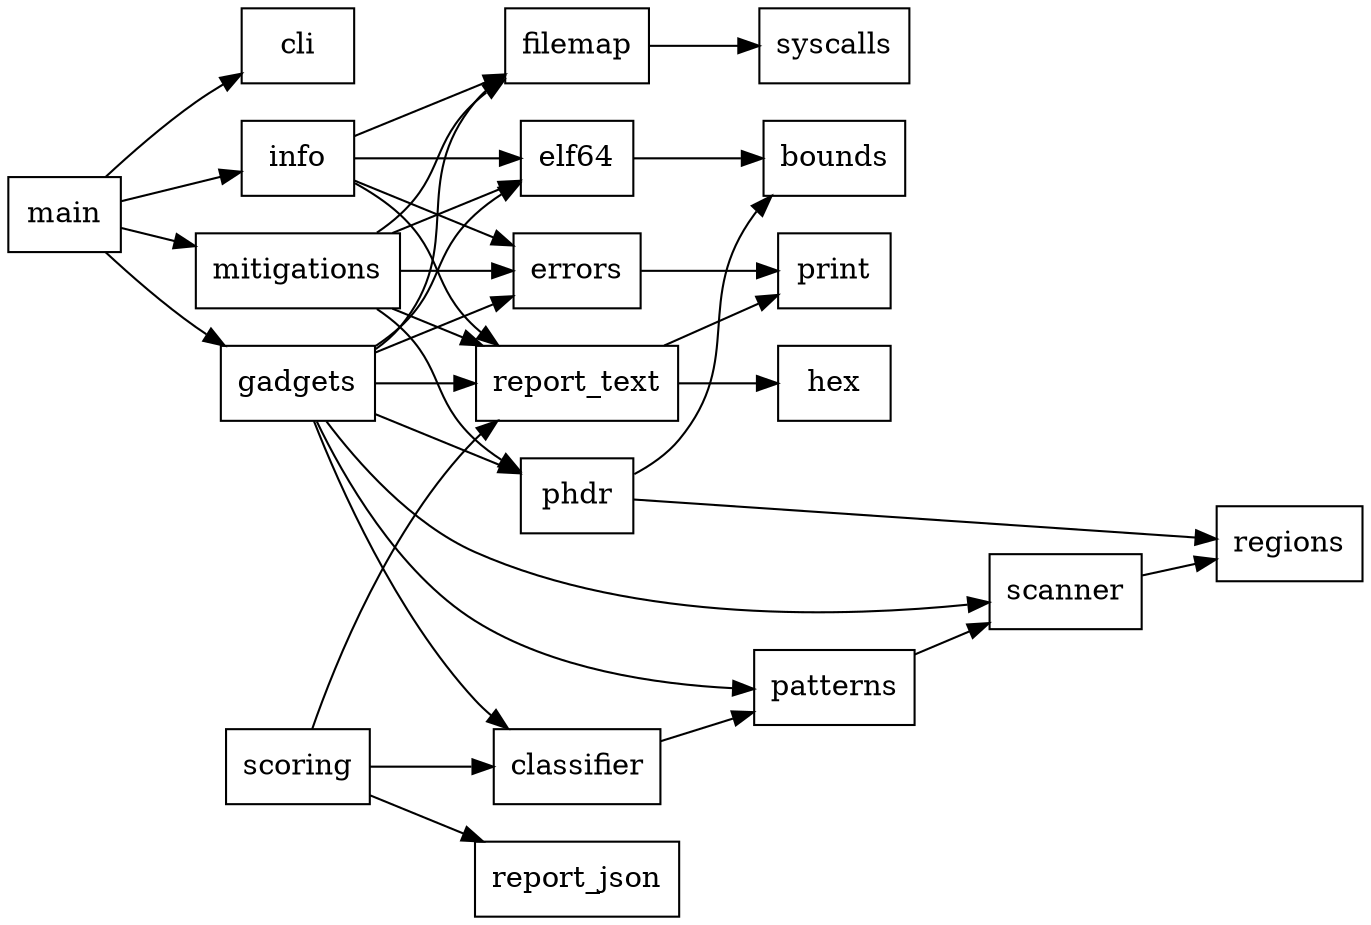
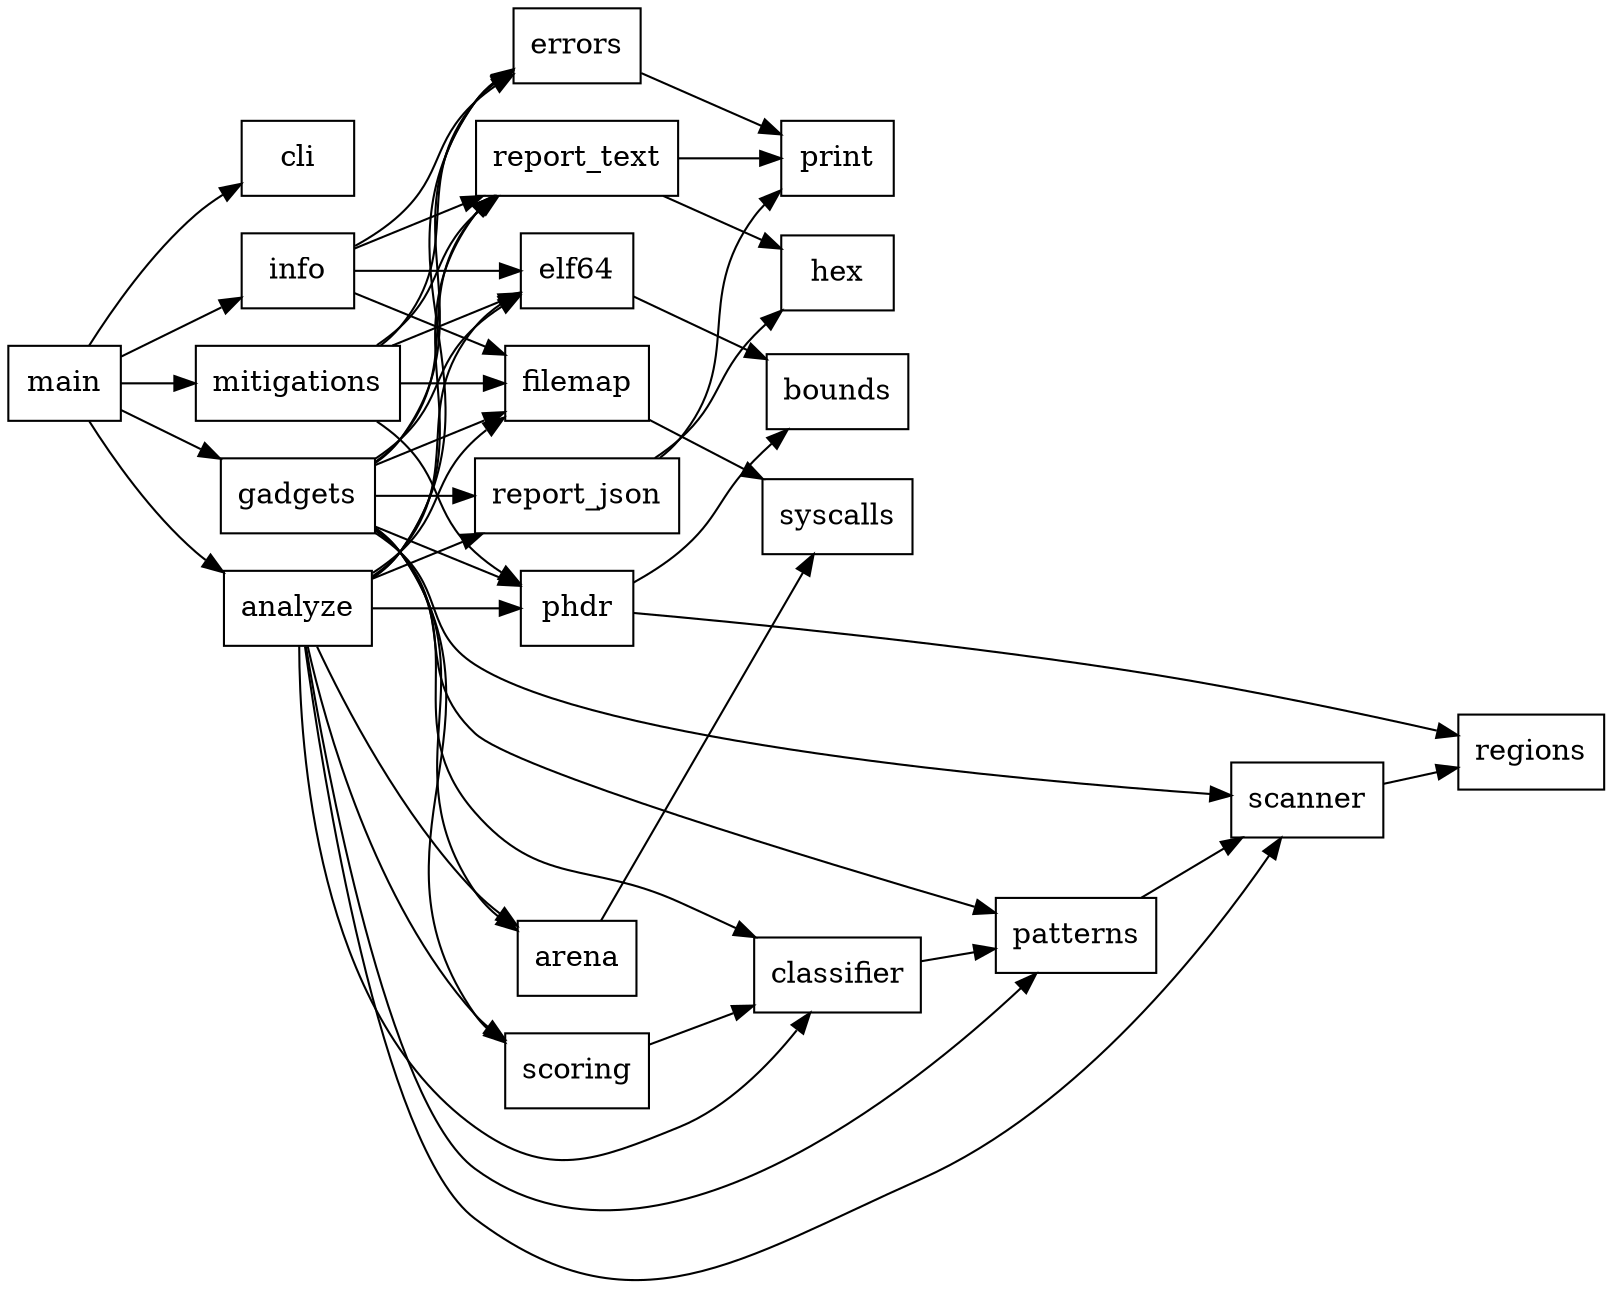
digraph x64lens_modules {
  rankdir=LR;
  node [shape=box];

  main -> cli;
  main -> info;
  main -> mitigations;
  main -> gadgets;
+   main -> analyze;

  info -> filemap;
  info -> elf64;
  info -> report_text;
  info -> errors;

  mitigations -> filemap;
  mitigations -> elf64;
  mitigations -> phdr;
  mitigations -> report_text;
  mitigations -> errors;

  gadgets -> filemap;
  gadgets -> elf64;
  gadgets -> phdr;
  gadgets -> scanner;
  gadgets -> patterns;
  gadgets -> classifier;
+   gadgets -> scoring;
  gadgets -> report_text;
+   gadgets -> report_json;
+   gadgets -> arena;
  gadgets -> errors;
+ 
+   analyze -> filemap;
+   analyze -> elf64;
+   analyze -> phdr;
+   analyze -> scanner;
+   analyze -> patterns;
+   analyze -> classifier;
+   analyze -> scoring;
+   analyze -> report_text;
+   analyze -> report_json;
+   analyze -> arena;
+   analyze -> errors;

  phdr -> bounds;
  phdr -> regions;
  scanner -> regions;
  patterns -> scanner;
  classifier -> patterns;
+   scoring -> classifier;

  filemap -> syscalls;
+   arena -> syscalls;
  elf64 -> bounds;
  report_text -> print;
  report_text -> hex;
+   report_json -> print;
+   report_json -> hex;
  errors -> print;
- 
-   scoring -> classifier;
-   scoring -> report_text;
-   scoring -> report_json;
}
